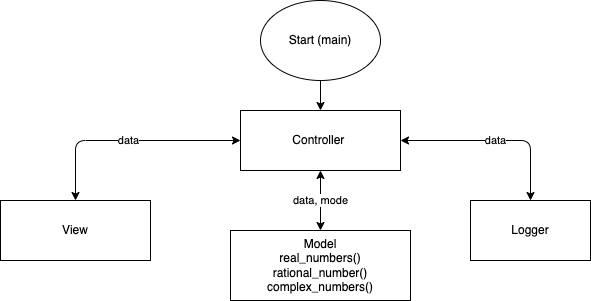
Before: calc/calc_diagram.drawio.png, a diagram exported from draw.io (eamoe/python-course). Source tidied: cells renumbered, new cells last; positions are measured from the earlier drawing's top-left corner, leaving out a move shared by most shapes.
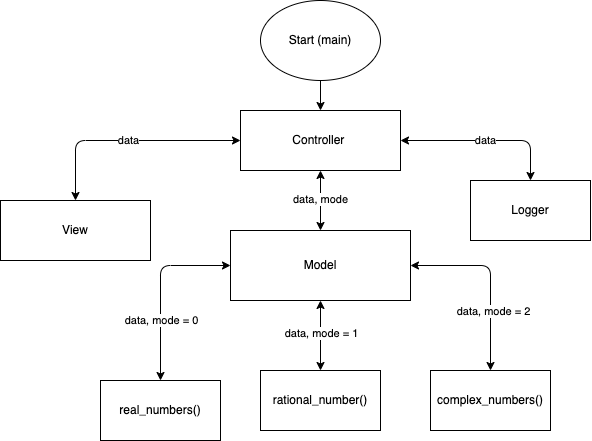
After the commit.

Commit message:
Updated calc diagram

Diff of the diagram source:
```diff
@@ -14,14 +14,14 @@
     <mxCell id="5" value="View" style="rounded=0;whiteSpace=wrap;html=1;" parent="1" vertex="1">
       <mxGeometry y="200" width="150" height="60" as="geometry" />
     </mxCell>
-    <mxCell id="6" value="Model&lt;br&gt;real_numbers()&lt;br&gt;rational_number()&lt;br&gt;complex_numbers()" style="whiteSpace=wrap;html=1;rounded=0;" parent="1" vertex="1">
+    <mxCell id="6" value="Model" style="whiteSpace=wrap;html=1;rounded=0;" parent="1" vertex="1">
       <mxGeometry x="230" y="230" width="180" height="70" as="geometry" />
     </mxCell>
     <mxCell id="7" value="data, mode" style="endArrow=classic;startArrow=classic;html=1;exitX=0.5;exitY=0;exitDx=0;exitDy=0;entryX=0.5;entryY=1;entryDx=0;entryDy=0;" parent="1" edge="1" source="6" target="4">
       <mxGeometry relative="1" as="geometry" />
     </mxCell>
     <mxCell id="8" value="Logger" style="whiteSpace=wrap;html=1;rounded=0;" parent="1" vertex="1">
-      <mxGeometry x="470" y="200" width="120" height="60" as="geometry" />
+      <mxGeometry x="470" y="180" width="120" height="60" as="geometry" />
     </mxCell>
     <mxCell id="9" value="data" style="endArrow=classic;startArrow=classic;html=1;exitX=0.5;exitY=0;exitDx=0;exitDy=0;entryX=0;entryY=0.5;entryDx=0;entryDy=0;" parent="1" edge="1" source="5" target="4">
       <mxGeometry relative="1" as="geometry">
@@ -37,5 +37,42 @@
         </Array>
       </mxGeometry>
     </mxCell>
+    <mxCell id="11" value="&lt;span&gt;real_numbers()&lt;/span&gt;" style="whiteSpace=wrap;html=1;rounded=0;" parent="1" vertex="1">
+      <mxGeometry x="100" y="380" width="120" height="60" as="geometry" />
+    </mxCell>
+    <mxCell id="12" style="endArrow=classic;startArrow=classic;html=1;exitX=0.5;exitY=0;exitDx=0;exitDy=0;entryX=0;entryY=0.5;entryDx=0;entryDy=0;" parent="1" edge="1" source="11" target="6">
+      <mxGeometry relative="1" as="geometry">
+        <Array as="points">
+          <mxPoint x="160" y="265" />
+        </Array>
+      </mxGeometry>
+    </mxCell>
+    <mxCell id="13" value="data, mode = 0" style="edgeLabel;html=1;align=center;verticalAlign=middle;" parent="12" vertex="1">
+      <mxGeometry x="-0.06" relative="1" as="geometry">
+        <mxPoint y="27" as="offset" />
+      </mxGeometry>
+    </mxCell>
+    <mxCell id="14" value="&lt;span&gt;rational_number()&lt;/span&gt;" style="whiteSpace=wrap;html=1;rounded=0;" parent="1" vertex="1">
+      <mxGeometry x="260" y="370" width="120" height="60" as="geometry" />
+    </mxCell>
+    <mxCell id="15" style="endArrow=classic;startArrow=classic;html=1;entryX=0.5;entryY=1;entryDx=0;entryDy=0;exitX=0.5;exitY=0;exitDx=0;exitDy=0;" parent="1" edge="1" source="14" target="6">
+      <mxGeometry relative="1" as="geometry" />
+    </mxCell>
+    <mxCell id="16" value="data, mode = 1" style="edgeLabel;html=1;align=center;verticalAlign=middle;" parent="15" vertex="1">
+      <mxGeometry x="0.07" relative="1" as="geometry" />
+    </mxCell>
+    <mxCell id="17" value="&lt;span&gt;complex_numbers()&lt;/span&gt;" style="whiteSpace=wrap;html=1;rounded=0;" parent="1" vertex="1">
+      <mxGeometry x="430" y="370" width="120" height="60" as="geometry" />
+    </mxCell>
+    <mxCell id="18" style="endArrow=classic;startArrow=classic;html=1;entryX=1;entryY=0.5;entryDx=0;entryDy=0;exitX=0.5;exitY=0;exitDx=0;exitDy=0;" parent="1" edge="1" source="17" target="6">
+      <mxGeometry relative="1" as="geometry">
+        <Array as="points">
+          <mxPoint x="490" y="265" />
+        </Array>
+      </mxGeometry>
+    </mxCell>
+    <mxCell id="19" value="data, mode = 2" style="edgeLabel;html=1;align=center;verticalAlign=middle;" parent="18" vertex="1">
+      <mxGeometry x="-0.36" y="-2" relative="1" as="geometry" />
+    </mxCell>
   </root>
 </mxGraphModel>
```
